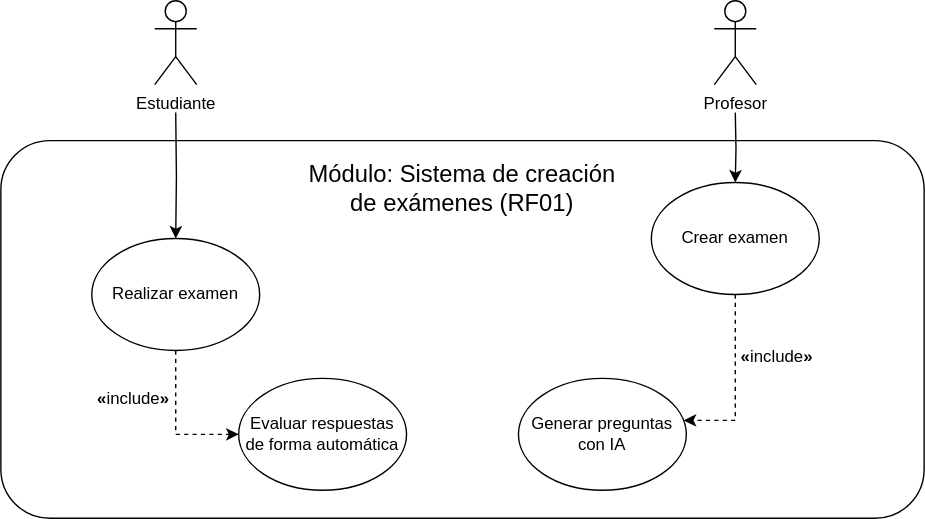
This is docs/diagrams/usecases/UCD-gestionDeExamenes.svg from Juanb7737/calificia, a draw.io export, as it was before one commit. Source tidied: cells renumbered, new cells last; positions are measured from the earlier drawing's top-left corner, leaving out a move shared by most shapes.
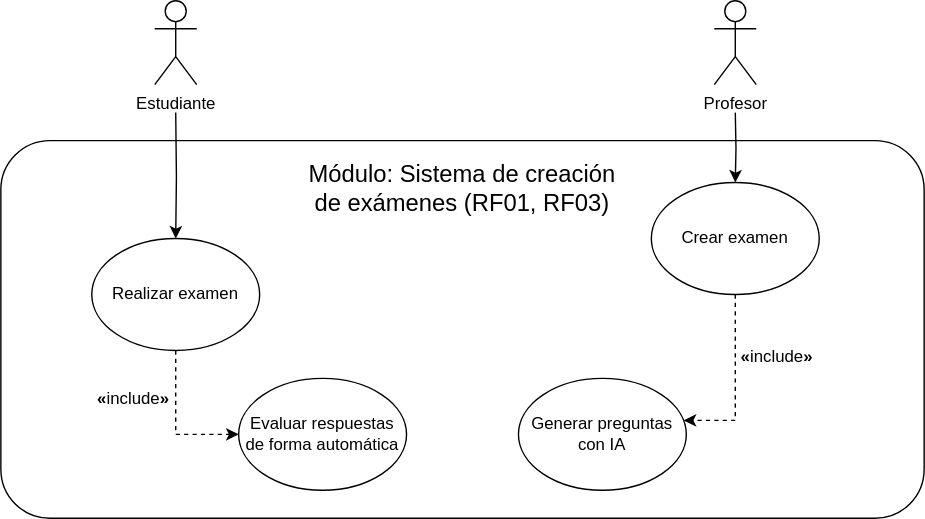
After the commit.

Change to the diagram source:
```diff
@@ -46,7 +46,7 @@
     <mxCell id="13" value="&lt;span id=&quot;columnas_especial&quot;&gt;&lt;strong&gt;«&lt;/strong&gt;&lt;/span&gt;include&lt;strong&gt;»&lt;/strong&gt;" style="text;html=1;align=center;verticalAlign=middle;whiteSpace=wrap;rounded=0;" parent="1" vertex="1">
       <mxGeometry x="525" y="240" width="60" height="30" as="geometry" />
     </mxCell>
-    <mxCell id="14" value="&lt;font style=&quot;font-size: 17px;&quot;&gt;Módulo: Sistema de creación de exámenes (RF01)&lt;/font&gt;" style="text;html=1;align=center;verticalAlign=middle;whiteSpace=wrap;rounded=0;" parent="1" vertex="1">
+    <mxCell id="14" value="&lt;font style=&quot;font-size: 17px;&quot;&gt;Módulo: Sistema de creación de exámenes (RF01, RF03)&lt;/font&gt;" style="text;html=1;align=center;verticalAlign=middle;whiteSpace=wrap;rounded=0;" parent="1" vertex="1">
       <mxGeometry x="212" y="110" width="236" height="50" as="geometry" />
     </mxCell>
     <mxCell id="15" value="&lt;span id=&quot;columnas_especial&quot;&gt;&lt;strong&gt;«&lt;/strong&gt;&lt;/span&gt;include&lt;strong&gt;»&lt;/strong&gt;" style="text;html=1;align=center;verticalAlign=middle;whiteSpace=wrap;rounded=0;" parent="1" vertex="1">
```
